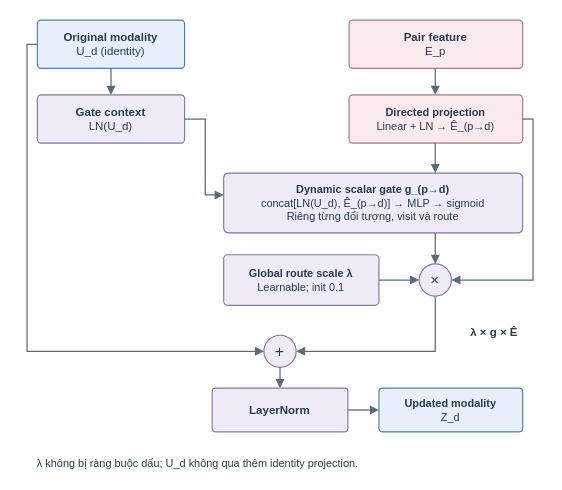
moimoi05/kltn keeps this draw.io diagram as figures_source/gated-residual-route.drawio. Above is the earlier version. Source tidied: cells renumbered, new cells numbered last; positions are measured from the earlier drawing's top-left corner, leaving out a move shared by most shapes. Both pictures are drawn from the tidied source at 115%, with x=0, y=0 at pixel (26, 20).
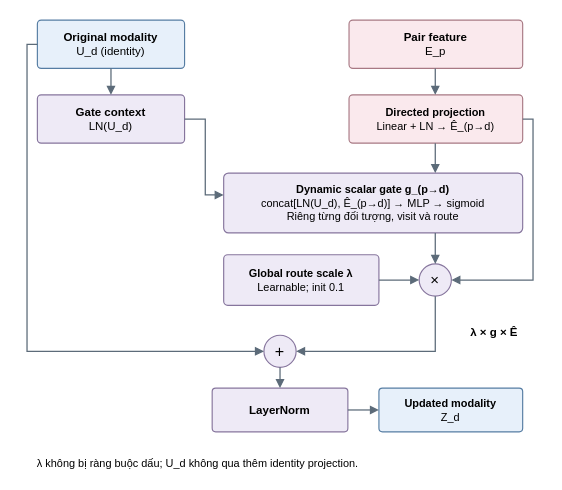
Above is the later version.

What changed in the source:
```diff
@@
-    <mxCell id="2" value="&lt;b&gt;Original modality&lt;/b&gt;&lt;br&gt;U_d (identity)" style="html=1;fontFamily=Arial;fontColor=#263B4D;whiteSpace=wrap;rounded=1;arcSize=8;fillColor=#E7F0FA;strokeColor=#567DA3;strokeWidth=1;fontSize=10;spacing=5;" parent="1" vertex="1">
+    <mxCell id="2" value="&lt;b&gt;Original modality&lt;/b&gt;&lt;br&gt;U_d (identity)" style="html=1;fontFamily=Arial;fontColor=#000000;whiteSpace=wrap;rounded=1;arcSize=8;fillColor=#E7F0FA;strokeColor=#567DA3;strokeWidth=1;fontSize=10;spacing=5;" parent="1" vertex="1">
       <mxGeometry x="9" width="128" height="42" as="geometry" />
     </mxCell>
-    <mxCell id="3" value="&lt;b&gt;Pair feature&lt;/b&gt;&lt;br&gt;E_p" style="html=1;fontFamily=Arial;fontColor=#263B4D;whiteSpace=wrap;rounded=1;arcSize=8;fillColor=#FAE9ED;strokeColor=#A87984;strokeWidth=1;fontSize=10;spacing=5;" parent="1" vertex="1">
+    <mxCell id="3" value="&lt;b&gt;Pair feature&lt;/b&gt;&lt;br&gt;E_p" style="html=1;fontFamily=Arial;fontColor=#000000;whiteSpace=wrap;rounded=1;arcSize=8;fillColor=#FAE9ED;strokeColor=#A87984;strokeWidth=1;fontSize=10;spacing=5;" parent="1" vertex="1">
       <mxGeometry x="280" width="151" height="42" as="geometry" />
     </mxCell>
-    <mxCell id="4" value="&lt;b&gt;Directed projection&lt;/b&gt;&lt;br&gt;Linear + LN → Ê_(p→d)" style="html=1;fontFamily=Arial;fontColor=#263B4D;whiteSpace=wrap;rounded=1;arcSize=8;fillColor=#FAE9ED;strokeColor=#A87984;strokeWidth=1;fontSize=9.5;spacing=5;" parent="1" vertex="1">
+    <mxCell id="4" value="&lt;b&gt;Directed projection&lt;/b&gt;&lt;br&gt;Linear + LN → Ê_(p→d)" style="html=1;fontFamily=Arial;fontColor=#000000;whiteSpace=wrap;rounded=1;arcSize=8;fillColor=#FAE9ED;strokeColor=#A87984;strokeWidth=1;fontSize=9.5;spacing=5;" parent="1" vertex="1">
       <mxGeometry x="280" y="65" width="151" height="42" as="geometry" />
     </mxCell>
-    <mxCell id="5" style="html=1;fontFamily=Arial;fontColor=#263B4D;whiteSpace=wrap;edgeStyle=none;rounded=0;endArrow=block;endFill=1;endSize=5;startArrow=none;startFill=1;startSize=5;strokeColor=#5C6B79;strokeWidth=1.1;" parent="1" edge="1">
+    <mxCell id="5" style="html=1;fontFamily=Arial;fontColor=#000000;whiteSpace=wrap;edgeStyle=none;rounded=0;endArrow=block;endFill=1;endSize=5;startArrow=none;startFill=1;startSize=5;strokeColor=#5C6B79;strokeWidth=1.1;" parent="1" edge="1">
       <mxGeometry relative="1" as="geometry">
         <mxPoint x="355" y="42" as="sourcePoint" />
         <mxPoint x="355" y="65" as="targetPoint" />
       </mxGeometry>
     </mxCell>
-    <mxCell id="6" value="&lt;b&gt;Gate context&lt;/b&gt;&lt;br&gt;LN(U_d)" style="html=1;fontFamily=Arial;fontColor=#263B4D;whiteSpace=wrap;rounded=1;arcSize=8;fillColor=#EEEAF6;strokeColor=#86759D;strokeWidth=1;fontSize=10;spacing=5;" parent="1" vertex="1">
+    <mxCell id="6" value="&lt;b&gt;Gate context&lt;/b&gt;&lt;br&gt;LN(U_d)" style="html=1;fontFamily=Arial;fontColor=#000000;whiteSpace=wrap;rounded=1;arcSize=8;fillColor=#EEEAF6;strokeColor=#86759D;strokeWidth=1;fontSize=10;spacing=5;" parent="1" vertex="1">
       <mxGeometry x="9" y="65" width="128" height="42" as="geometry" />
     </mxCell>
-    <mxCell id="7" style="html=1;fontFamily=Arial;fontColor=#263B4D;whiteSpace=wrap;edgeStyle=none;rounded=0;endArrow=block;endFill=1;endSize=5;startArrow=none;startFill=1;startSize=5;strokeColor=#5C6B79;strokeWidth=1.1;" parent="1" edge="1">
+    <mxCell id="7" style="html=1;fontFamily=Arial;fontColor=#000000;whiteSpace=wrap;edgeStyle=none;rounded=0;endArrow=block;endFill=1;endSize=5;startArrow=none;startFill=1;startSize=5;strokeColor=#5C6B79;strokeWidth=1.1;" parent="1" edge="1">
       <mxGeometry relative="1" as="geometry">
         <mxPoint x="73" y="42" as="sourcePoint" />
         <mxPoint x="73" y="65" as="targetPoint" />
       </mxGeometry>
     </mxCell>
-    <mxCell id="8" value="&lt;b&gt;Dynamic scalar gate g_(p→d)&lt;/b&gt;&lt;br&gt;concat[LN(U_d), Ê_(p→d)] → MLP → sigmoid&lt;br&gt;Riêng từng đối tượng, visit và route" style="html=1;fontFamily=Arial;fontColor=#263B4D;whiteSpace=wrap;rounded=1;arcSize=8;fillColor=#EEEAF6;strokeColor=#86759D;strokeWidth=1;fontSize=9.5;spacing=5;" parent="1" vertex="1">
+    <mxCell id="8" value="&lt;b&gt;Dynamic scalar gate g_(p→d)&lt;/b&gt;&lt;br&gt;concat[LN(U_d), Ê_(p→d)] → MLP → sigmoid&lt;br&gt;Riêng từng đối tượng, visit và route" style="html=1;fontFamily=Arial;fontColor=#000000;whiteSpace=wrap;rounded=1;arcSize=8;fillColor=#EEEAF6;strokeColor=#86759D;strokeWidth=1;fontSize=9.5;spacing=5;" parent="1" vertex="1">
       <mxGeometry x="171" y="133" width="260" height="52" as="geometry" />
     </mxCell>
-    <mxCell id="9" style="html=1;fontFamily=Arial;fontColor=#263B4D;whiteSpace=wrap;edgeStyle=none;rounded=0;endArrow=block;endFill=1;endSize=5;startArrow=none;startFill=1;startSize=5;strokeColor=#5C6B79;strokeWidth=1.1;" parent="1" edge="1">
+    <mxCell id="9" style="html=1;fontFamily=Arial;fontColor=#000000;whiteSpace=wrap;edgeStyle=none;rounded=0;endArrow=block;endFill=1;endSize=5;startArrow=none;startFill=1;startSize=5;strokeColor=#5C6B79;strokeWidth=1.1;" parent="1" edge="1">
       <mxGeometry relative="1" as="geometry">
         <mxPoint x="137" y="86" as="sourcePoint" />
         <mxPoint x="171" y="152" as="targetPoint" />
         <Array as="points">
           <mxPoint x="155" y="86" />
           <mxPoint x="155" y="152" />
         </Array>
       </mxGeometry>
     </mxCell>
-    <mxCell id="10" style="html=1;fontFamily=Arial;fontColor=#263B4D;whiteSpace=wrap;edgeStyle=none;rounded=0;endArrow=block;endFill=1;endSize=5;startArrow=none;startFill=1;startSize=5;strokeColor=#5C6B79;strokeWidth=1.1;" parent="1" edge="1">
+    <mxCell id="10" style="html=1;fontFamily=Arial;fontColor=#000000;whiteSpace=wrap;edgeStyle=none;rounded=0;endArrow=block;endFill=1;endSize=5;startArrow=none;startFill=1;startSize=5;strokeColor=#5C6B79;strokeWidth=1.1;" parent="1" edge="1">
       <mxGeometry relative="1" as="geometry">
         <mxPoint x="355" y="107" as="sourcePoint" />
         <mxPoint x="355" y="133" as="targetPoint" />
       </mxGeometry>
     </mxCell>
-    <mxCell id="11" value="×" style="html=1;fontFamily=Arial;fontColor=#263B4D;whiteSpace=wrap;ellipse;fillColor=#EEEAF6;strokeColor=#86759D;strokeWidth=1;fontSize=13;" parent="1" vertex="1">
+    <mxCell id="11" value="×" style="html=1;fontFamily=Arial;fontColor=#000000;whiteSpace=wrap;ellipse;fillColor=#EEEAF6;strokeColor=#86759D;strokeWidth=1;fontSize=13;" parent="1" vertex="1">
       <mxGeometry x="341" y="212" width="28" height="28" as="geometry" />
     </mxCell>
-    <mxCell id="12" style="html=1;fontFamily=Arial;fontColor=#263B4D;whiteSpace=wrap;edgeStyle=none;rounded=0;endArrow=block;endFill=1;endSize=5;startArrow=none;startFill=1;startSize=5;strokeColor=#5C6B79;strokeWidth=1.1;" parent="1" edge="1">
+    <mxCell id="12" style="html=1;fontFamily=Arial;fontColor=#000000;whiteSpace=wrap;edgeStyle=none;rounded=0;endArrow=block;endFill=1;endSize=5;startArrow=none;startFill=1;startSize=5;strokeColor=#5C6B79;strokeWidth=1.1;" parent="1" edge="1">
       <mxGeometry relative="1" as="geometry">
         <mxPoint x="355" y="185" as="sourcePoint" />
         <mxPoint x="355" y="212" as="targetPoint" />
       </mxGeometry>
     </mxCell>
-    <mxCell id="13" style="html=1;fontFamily=Arial;fontColor=#263B4D;whiteSpace=wrap;edgeStyle=none;rounded=0;endArrow=block;endFill=1;endSize=5;startArrow=none;startFill=1;startSize=5;strokeColor=#5C6B79;strokeWidth=1.1;" parent="1" edge="1">
+    <mxCell id="13" style="html=1;fontFamily=Arial;fontColor=#000000;whiteSpace=wrap;edgeStyle=none;rounded=0;endArrow=block;endFill=1;endSize=5;startArrow=none;startFill=1;startSize=5;strokeColor=#5C6B79;strokeWidth=1.1;" parent="1" edge="1">
       <mxGeometry relative="1" as="geometry">
         <mxPoint x="431" y="86" as="sourcePoint" />
         <mxPoint x="369" y="226" as="targetPoint" />
         <Array as="points">
           <mxPoint x="440" y="86" />
           <mxPoint x="440" y="226" />
         </Array>
       </mxGeometry>
     </mxCell>
-    <mxCell id="14" value="&lt;b&gt;Global route scale λ&lt;/b&gt;&lt;br&gt;Learnable; init 0.1" style="html=1;fontFamily=Arial;fontColor=#263B4D;whiteSpace=wrap;rounded=1;arcSize=8;fillColor=#EEEAF6;strokeColor=#86759D;strokeWidth=1;fontSize=9.5;spacing=5;" parent="1" vertex="1">
+    <mxCell id="14" value="&lt;b&gt;Global route scale λ&lt;/b&gt;&lt;br&gt;Learnable; init 0.1" style="html=1;fontFamily=Arial;fontColor=#000000;whiteSpace=wrap;rounded=1;arcSize=8;fillColor=#EEEAF6;strokeColor=#86759D;strokeWidth=1;fontSize=9.5;spacing=5;" parent="1" vertex="1">
       <mxGeometry x="171" y="204" width="135" height="44" as="geometry" />
     </mxCell>
-    <mxCell id="15" style="html=1;fontFamily=Arial;fontColor=#263B4D;whiteSpace=wrap;edgeStyle=none;rounded=0;endArrow=block;endFill=1;endSize=5;startArrow=none;startFill=1;startSize=5;strokeColor=#5C6B79;strokeWidth=1.1;" parent="1" edge="1">
+    <mxCell id="15" style="html=1;fontFamily=Arial;fontColor=#000000;whiteSpace=wrap;edgeStyle=none;rounded=0;endArrow=block;endFill=1;endSize=5;startArrow=none;startFill=1;startSize=5;strokeColor=#5C6B79;strokeWidth=1.1;" parent="1" edge="1">
       <mxGeometry relative="1" as="geometry">
         <mxPoint x="306" y="226" as="sourcePoint" />
         <mxPoint x="341" y="226" as="targetPoint" />
       </mxGeometry>
     </mxCell>
-    <mxCell id="16" value="λ × g × Ê" style="html=1;fontFamily=Arial;fontColor=#263B4D;whiteSpace=wrap;text;strokeColor=none;fillColor=none;fontSize=10;fontStyle=1;align=right;verticalAlign=top;spacing=0;" parent="1" vertex="1">
+    <mxCell id="16" value="λ × g × Ê" style="html=1;fontFamily=Arial;fontColor=#000000;whiteSpace=wrap;text;strokeColor=none;fillColor=none;fontSize=10;fontStyle=1;align=right;verticalAlign=top;spacing=0;" parent="1" vertex="1">
       <mxGeometry x="383.9" y="261" width="43.1" height="12.4" as="geometry" />
     </mxCell>
-    <mxCell id="17" value="+" style="html=1;fontFamily=Arial;fontColor=#263B4D;whiteSpace=wrap;ellipse;fillColor=#EEEAF6;strokeColor=#86759D;strokeWidth=1;fontSize=14;" parent="1" vertex="1">
+    <mxCell id="17" value="+" style="html=1;fontFamily=Arial;fontColor=#000000;whiteSpace=wrap;ellipse;fillColor=#EEEAF6;strokeColor=#86759D;strokeWidth=1;fontSize=14;" parent="1" vertex="1">
       <mxGeometry x="206" y="274" width="28" height="28" as="geometry" />
     </mxCell>
-    <mxCell id="18" style="html=1;fontFamily=Arial;fontColor=#263B4D;whiteSpace=wrap;edgeStyle=none;rounded=0;endArrow=block;endFill=1;endSize=5;startArrow=none;startFill=1;startSize=5;strokeColor=#5C6B79;strokeWidth=1.1;" parent="1" edge="1">
+    <mxCell id="18" style="html=1;fontFamily=Arial;fontColor=#000000;whiteSpace=wrap;edgeStyle=none;rounded=0;endArrow=block;endFill=1;endSize=5;startArrow=none;startFill=1;startSize=5;strokeColor=#5C6B79;strokeWidth=1.1;" parent="1" edge="1">
       <mxGeometry relative="1" as="geometry">
         <mxPoint x="9" y="21" as="sourcePoint" />
         <mxPoint x="206" y="288" as="targetPoint" />
         <Array as="points">
           <mxPoint y="21" />
           <mxPoint y="288" />
         </Array>
       </mxGeometry>
     </mxCell>
-    <mxCell id="19" style="html=1;fontFamily=Arial;fontColor=#263B4D;whiteSpace=wrap;edgeStyle=none;rounded=0;endArrow=block;endFill=1;endSize=5;startArrow=none;startFill=1;startSize=5;strokeColor=#5C6B79;strokeWidth=1.1;" parent="1" edge="1">
+    <mxCell id="19" style="html=1;fontFamily=Arial;fontColor=#000000;whiteSpace=wrap;edgeStyle=none;rounded=0;endArrow=block;endFill=1;endSize=5;startArrow=none;startFill=1;startSize=5;strokeColor=#5C6B79;strokeWidth=1.1;" parent="1" edge="1">
       <mxGeometry relative="1" as="geometry">
         <mxPoint x="355" y="240" as="sourcePoint" />
         <mxPoint x="234" y="288" as="targetPoint" />
         <Array as="points">
           <mxPoint x="355" y="288" />
         </Array>
       </mxGeometry>
     </mxCell>
-    <mxCell id="20" value="&lt;b&gt;LayerNorm&lt;/b&gt;" style="html=1;fontFamily=Arial;fontColor=#263B4D;whiteSpace=wrap;rounded=1;arcSize=8;fillColor=#EEEAF6;strokeColor=#86759D;strokeWidth=1;fontSize=10;spacing=5;" parent="1" vertex="1">
+    <mxCell id="20" value="&lt;b&gt;LayerNorm&lt;/b&gt;" style="html=1;fontFamily=Arial;fontColor=#000000;whiteSpace=wrap;rounded=1;arcSize=8;fillColor=#EEEAF6;strokeColor=#86759D;strokeWidth=1;fontSize=10;spacing=5;" parent="1" vertex="1">
       <mxGeometry x="161" y="320" width="118" height="38" as="geometry" />
     </mxCell>
-    <mxCell id="21" style="html=1;fontFamily=Arial;fontColor=#263B4D;whiteSpace=wrap;edgeStyle=none;rounded=0;endArrow=block;endFill=1;endSize=5;startArrow=none;startFill=1;startSize=5;strokeColor=#5C6B79;strokeWidth=1.1;" parent="1" edge="1">
+    <mxCell id="21" style="html=1;fontFamily=Arial;fontColor=#000000;whiteSpace=wrap;edgeStyle=none;rounded=0;endArrow=block;endFill=1;endSize=5;startArrow=none;startFill=1;startSize=5;strokeColor=#5C6B79;strokeWidth=1.1;" parent="1" edge="1">
       <mxGeometry relative="1" as="geometry">
         <mxPoint x="220" y="302" as="sourcePoint" />
         <mxPoint x="220" y="320" as="targetPoint" />
       </mxGeometry>
     </mxCell>
-    <mxCell id="22" value="&lt;b&gt;Updated modality&lt;/b&gt;&lt;br&gt;Z_d" style="html=1;fontFamily=Arial;fontColor=#263B4D;whiteSpace=wrap;rounded=1;arcSize=8;fillColor=#E7F0FA;strokeColor=#567DA3;strokeWidth=1;fontSize=9.5;spacing=5;" parent="1" vertex="1">
+    <mxCell id="22" value="&lt;b&gt;Updated modality&lt;/b&gt;&lt;br&gt;Z_d" style="html=1;fontFamily=Arial;fontColor=#000000;whiteSpace=wrap;rounded=1;arcSize=8;fillColor=#E7F0FA;strokeColor=#567DA3;strokeWidth=1;fontSize=9.5;spacing=5;" parent="1" vertex="1">
       <mxGeometry x="306" y="320" width="125" height="38" as="geometry" />
     </mxCell>
-    <mxCell id="23" style="html=1;fontFamily=Arial;fontColor=#263B4D;whiteSpace=wrap;edgeStyle=none;rounded=0;endArrow=block;endFill=1;endSize=5;startArrow=none;startFill=1;startSize=5;strokeColor=#5C6B79;strokeWidth=1.1;" parent="1" edge="1">
+    <mxCell id="23" style="html=1;fontFamily=Arial;fontColor=#000000;whiteSpace=wrap;edgeStyle=none;rounded=0;endArrow=block;endFill=1;endSize=5;startArrow=none;startFill=1;startSize=5;strokeColor=#5C6B79;strokeWidth=1.1;" parent="1" edge="1">
       <mxGeometry relative="1" as="geometry">
         <mxPoint x="279" y="339" as="sourcePoint" />
         <mxPoint x="306" y="339" as="targetPoint" />
       </mxGeometry>
     </mxCell>
-    <mxCell id="24" value="λ không bị ràng buộc dấu; U_d không qua thêm identity projection." style="html=1;fontFamily=Arial;fontColor=#263B4D;whiteSpace=wrap;text;strokeColor=none;fillColor=none;fontSize=9.5;fontStyle=0;align=left;verticalAlign=top;spacing=0;" parent="1" vertex="1">
+    <mxCell id="24" value="λ không bị ràng buộc dấu; U_d không qua thêm identity projection." style="html=1;fontFamily=Arial;fontColor=#000000;whiteSpace=wrap;text;strokeColor=none;fillColor=none;fontSize=9.5;fontStyle=0;align=left;verticalAlign=top;spacing=0;" parent="1" vertex="1">
       <mxGeometry x="9" y="375" width="281.4" height="11.8" as="geometry" />
     </mxCell>
```
